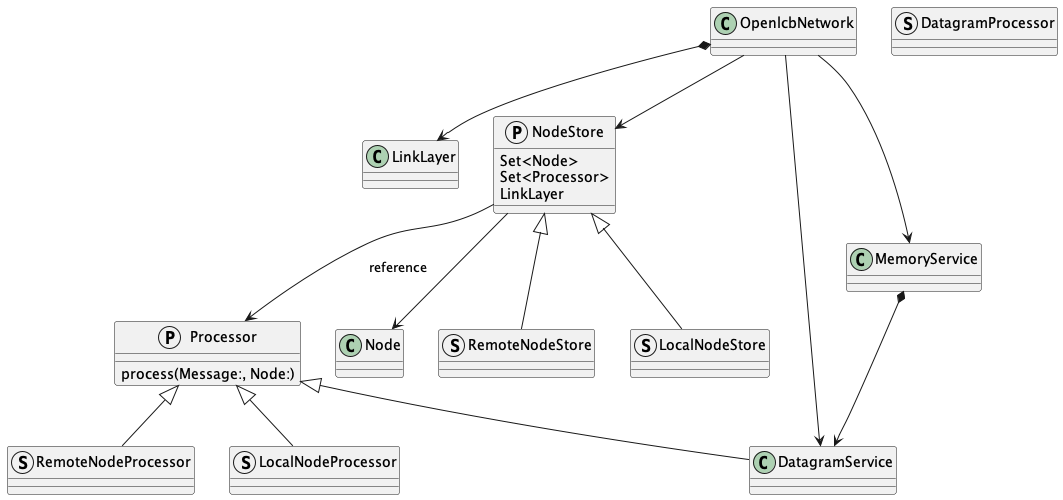
This is Sources/OpenlcbLibrary/Documentation.docc/Classes.png from bobjacobsen/OpenlcbLibrary, a PlantUML export, as it was before one commit.
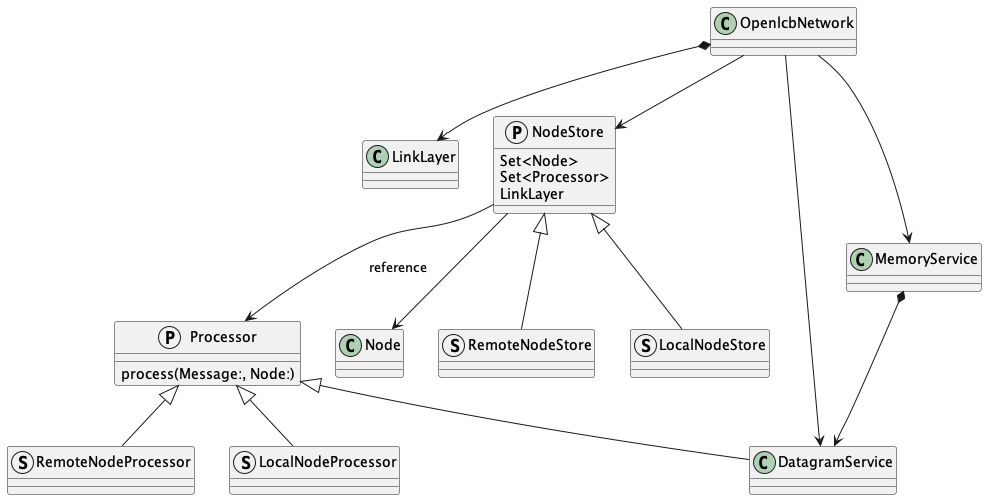
Above is the later version.

Commit message:
break out diagrams for clarity

Diff of the diagram source:
```diff
@@ -7,7 +7,6 @@
 
 struct RemoteNodeProcessor
 struct LocalNodeProcessor
-struct DatagramProcessor
 Processor <|-- RemoteNodeProcessor
 Processor <|-- LocalNodeProcessor
 
```
